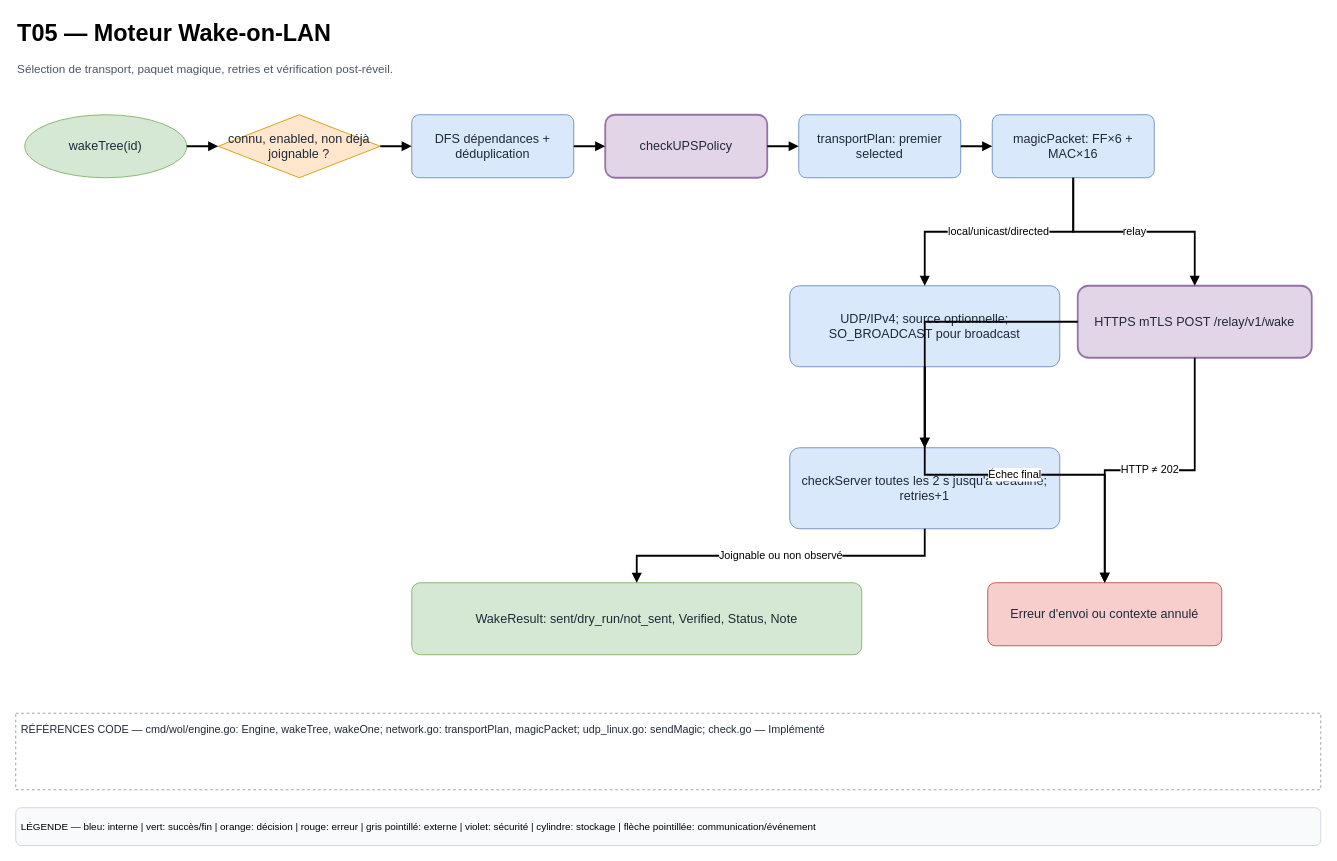
Before: page "T05 — Moteur WoL" (5 of 18) of docs/diagrams/WoL-Manager-Technique.drawio in HaasGa-Factory/WOL-Manager, a draw.io diagram. Source tidied: cells renumbered, new cells numbered last; positions are measured from the earlier drawing's top-left corner, leaving out a move shared by most shapes. Both pictures are drawn from the tidied source at 90%, with x=0, y=0 at pixel (15, 15).
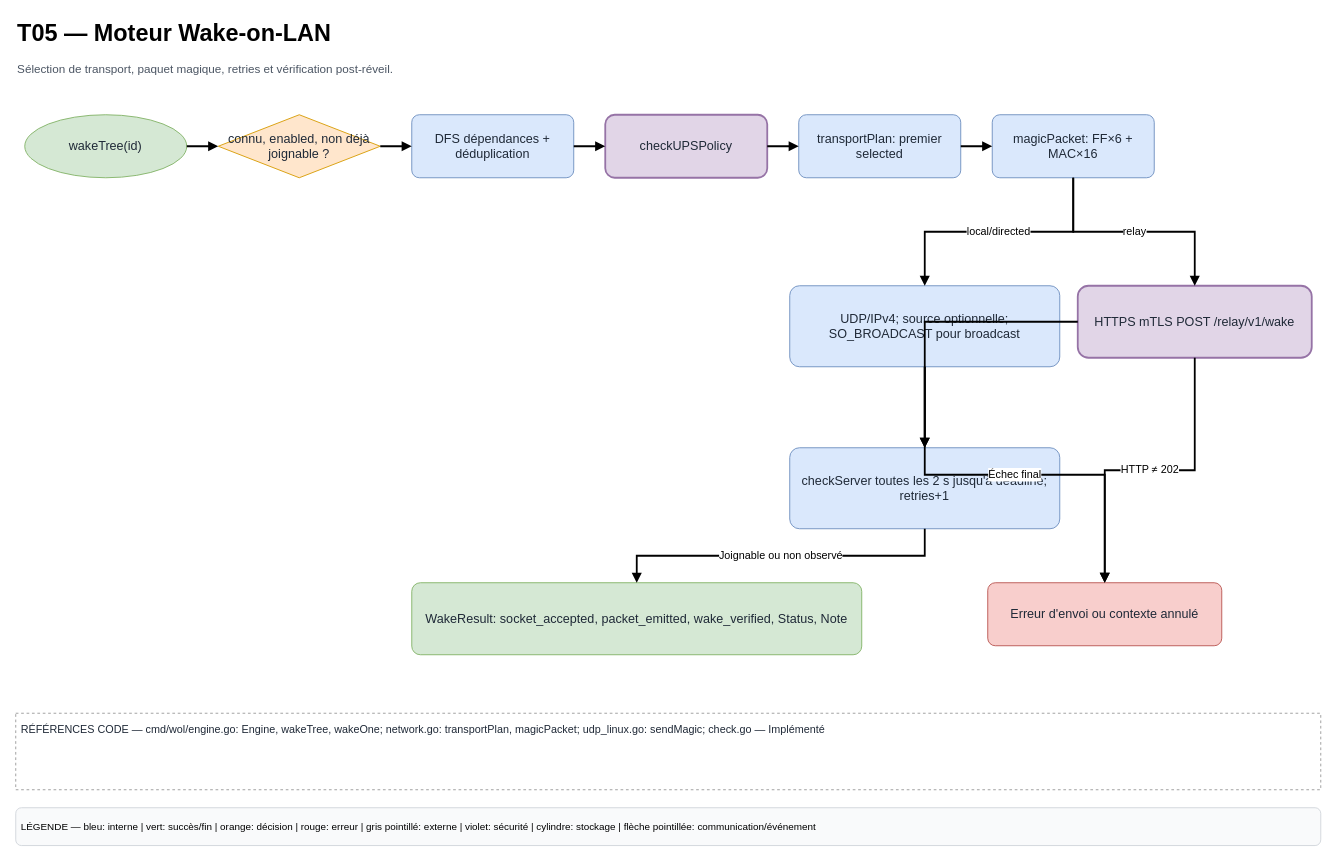
Above is the later version.

The change refers to these unchanged cells:
```xml
<mxCell id="11" value="magicPacket: FF×6 + MAC×16" style="whiteSpace=wrap;html=1;fillColor=#dae8fc;strokeColor=#6c8ebf;fontSize=14;fontColor=#1f2937;align=center;verticalAlign=middle;spacing=6;shadow=0;rounded=1;arcSize=12;" parent="1" vertex="1">
  <mxGeometry x="1085" y="110" width="180" height="70" as="geometry" />
</mxCell>
<mxCell id="12" value="UDP/IPv4; source optionnelle; SO_BROADCAST pour broadcast" style="whiteSpace=wrap;html=1;fillColor=#dae8fc;strokeColor=#6c8ebf;fontSize=14;fontColor=#1f2937;align=center;verticalAlign=middle;spacing=6;shadow=0;rounded=1;arcSize=12;" parent="1" vertex="1">
  <mxGeometry x="860" y="300" width="300" height="90" as="geometry" />
</mxCell>
```

Diff of the diagram source:
```diff
@@
-    <mxCell id="15" value="WakeResult: sent/dry_run/not_sent, Verified, Status, Note" style="whiteSpace=wrap;html=1;fillColor=#d5e8d4;strokeColor=#82b366;fontSize=14;fontColor=#1f2937;align=center;verticalAlign=middle;spacing=6;shadow=0;rounded=1;arcSize=12;" parent="1" vertex="1">
+    <mxCell id="15" value="WakeResult: socket_accepted, packet_emitted, wake_verified, Status, Note" style="whiteSpace=wrap;html=1;fillColor=#d5e8d4;strokeColor=#82b366;fontSize=14;fontColor=#1f2937;align=center;verticalAlign=middle;spacing=6;shadow=0;rounded=1;arcSize=12;" parent="1" vertex="1">
       <mxGeometry x="440" y="630" width="500" height="80" as="geometry" />
     </mxCell>
@@
-    <mxCell id="22" value="local/unicast/directed" style="edgeStyle=orthogonalEdgeStyle;rounded=0;jettySize=auto;html=1;endArrow=block;endFill=1;strokeWidth=2;fontSize=12;labelBackgroundColor=#ffffff;" parent="1" edge="1" source="11" target="12">
+    <mxCell id="22" value="local/directed" style="edgeStyle=orthogonalEdgeStyle;rounded=0;jettySize=auto;html=1;endArrow=block;endFill=1;strokeWidth=2;fontSize=12;labelBackgroundColor=#ffffff;" parent="1" edge="1" source="11" target="12">
       <mxGeometry relative="1" as="geometry" />
     </mxCell>
```
